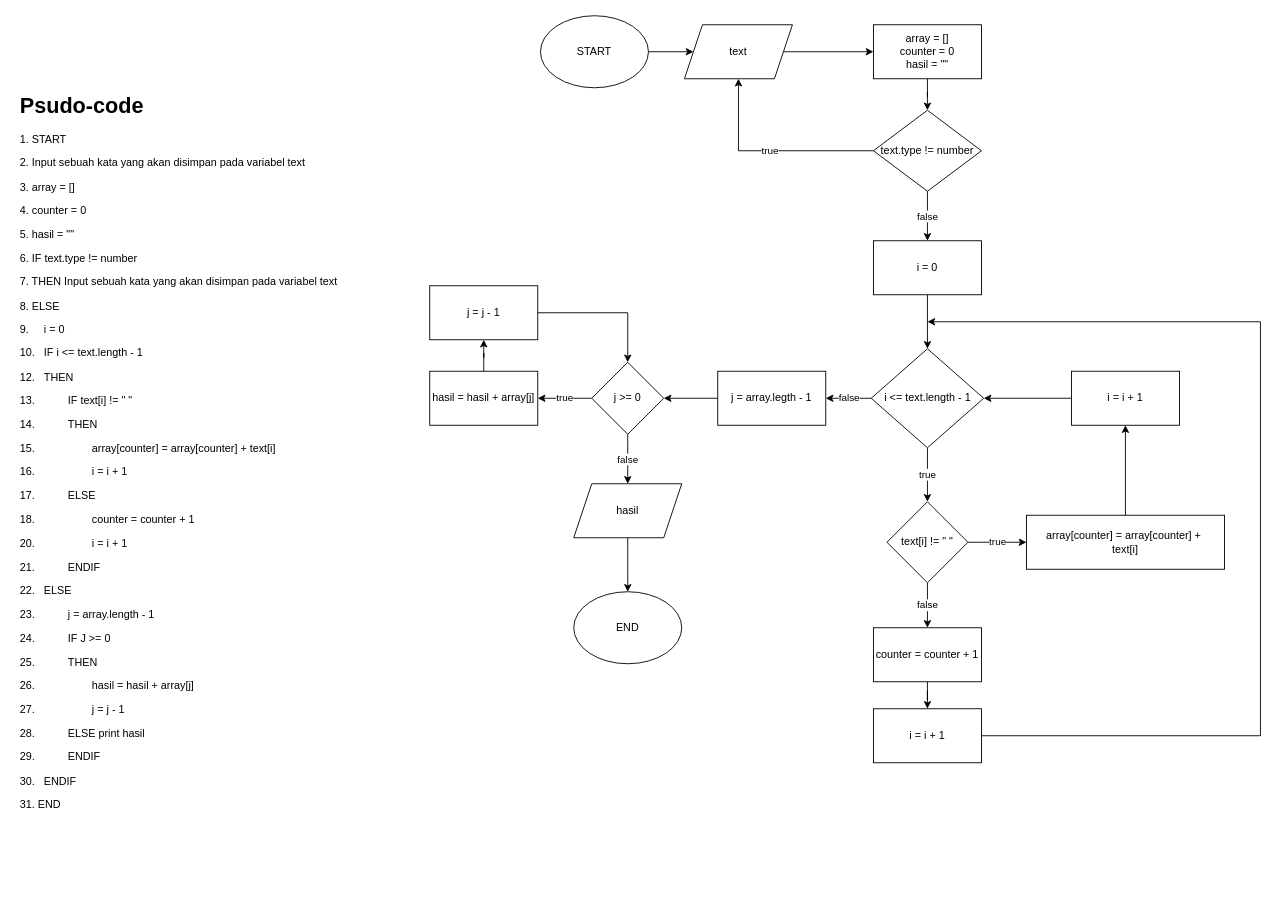
Above: ReverseWords.drawio in bimaap/fw9-basic-computer-science (draw.io), before the change. Source tidied: cells renumbered, new cells numbered last; positions are measured from the earlier drawing's top-left corner, leaving out a move shared by most shapes. Both pictures are drawn from the tidied source at 90%, with x=0, y=0 at pixel (15, 15).
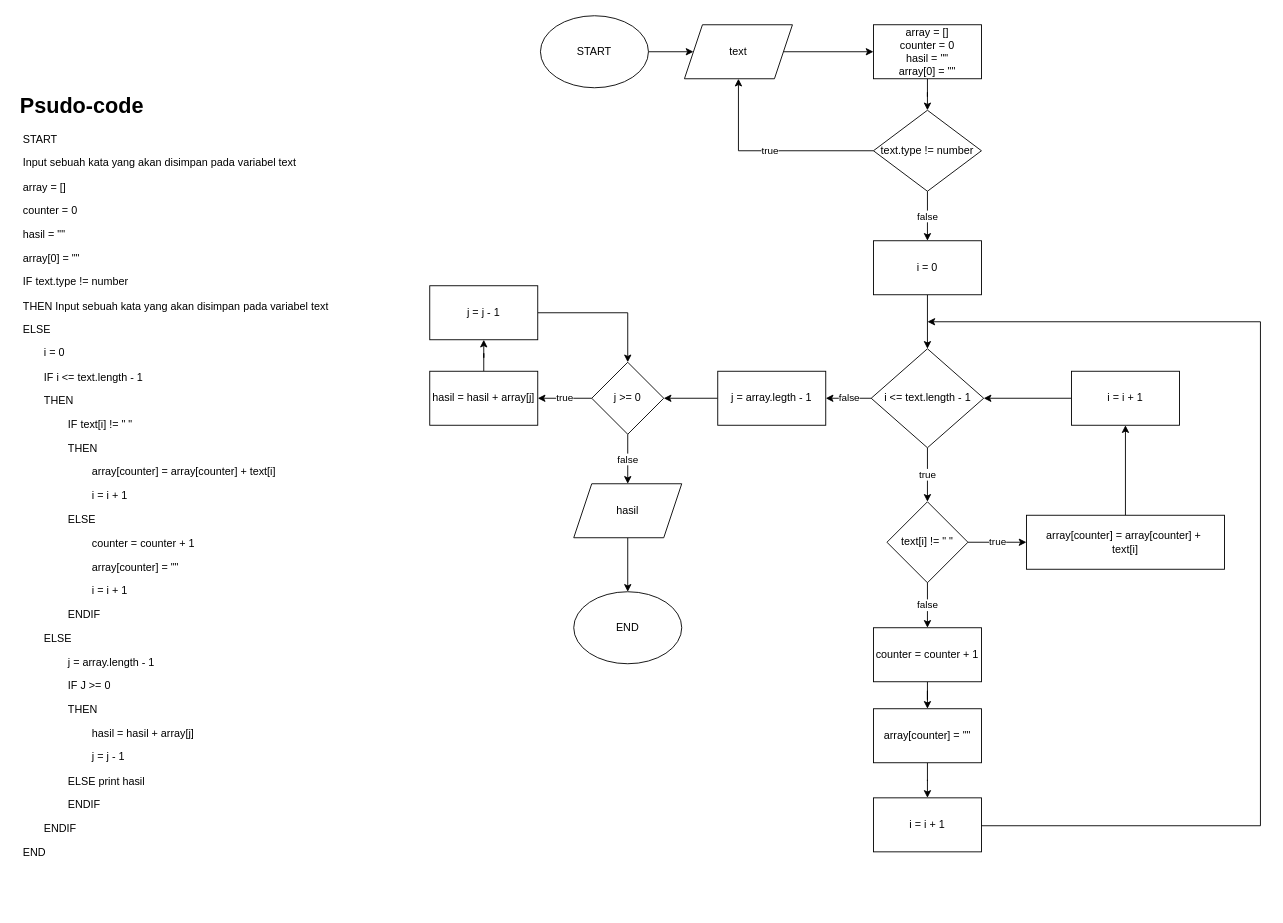
Above is the later version.

Unchanged cells that the change refers to:
```xml
<mxCell id="21" value="counter = counter + 1" style="rounded=0;whiteSpace=wrap;html=1;" parent="1" vertex="1">
  <mxGeometry x="953" y="680" width="120" height="60" as="geometry" />
</mxCell>
```

What changed in the source:
```diff
@@
-    <mxCell id="8" value="array = []&lt;br&gt;counter = 0&lt;br&gt;hasil = &quot;&quot;" style="rounded=0;whiteSpace=wrap;html=1;" parent="1" vertex="1">
+    <mxCell id="8" value="array = []&lt;br&gt;counter = 0&lt;br&gt;hasil = &quot;&quot;&lt;br&gt;array[0] = &quot;&quot;" style="rounded=0;whiteSpace=wrap;html=1;" parent="1" vertex="1">
       <mxGeometry x="953" y="10" width="120" height="60" as="geometry" />
     </mxCell>
@@
-    <mxCell id="20" style="edgeStyle=orthogonalEdgeStyle;rounded=0;jettySize=auto;html=1;entryX=0.5;entryY=0;entryDx=0;entryDy=0;" parent="1" edge="1" source="21" target="27">
-      <mxGeometry relative="1" as="geometry" />
-    </mxCell>
+    <mxCell id="40" style="edgeStyle=orthogonalEdgeStyle;rounded=0;jettySize=auto;html=1;" parent="1" edge="1" source="21" target="42">
+      <mxGeometry relative="1" as="geometry" />
+    </mxCell>
@@
     <mxCell id="22" style="edgeStyle=orthogonalEdgeStyle;rounded=0;jettySize=auto;html=1;exitX=1;exitY=0.5;exitDx=0;exitDy=0;" parent="1" edge="1" source="27">
       <mxGeometry relative="1" as="geometry">
         <mxPoint x="1013" y="340" as="targetPoint" />
         <Array as="points">
-          <mxPoint x="1383" y="800" />
+          <mxPoint x="1073" y="900" />
+          <mxPoint x="1383" y="900" />
           <mxPoint x="1383" y="340" />
         </Array>
       </mxGeometry>
     </mxCell>
@@
     <mxCell id="27" value="i = i + 1" style="rounded=0;whiteSpace=wrap;html=1;" parent="1" vertex="1">
-      <mxGeometry x="953" y="770" width="120" height="60" as="geometry" />
+      <mxGeometry x="953" y="869" width="120" height="60" as="geometry" />
     </mxCell>
@@
-    <mxCell id="39" value="&lt;h1&gt;Psudo-code&lt;/h1&gt;&lt;p&gt;1. START&lt;/p&gt;&lt;p&gt;2. Input sebuah kata yang akan disimpan pada variabel text&lt;/p&gt;&lt;p&gt;3. array = []&lt;br&gt;&lt;/p&gt;&lt;p&gt;4. counter = 0&lt;/p&gt;&lt;p&gt;5. hasil = &quot;&quot;&lt;/p&gt;&lt;p&gt;6. IF text.type != number&lt;/p&gt;&lt;p&gt;7. THEN Input sebuah kata yang akan disimpan pada variabel text&lt;/p&gt;&lt;p&gt;8. ELSE&amp;nbsp;&lt;/p&gt;&lt;p&gt;&lt;span style=&quot;background-color: initial;&quot;&gt;9.&lt;span style=&quot;white-space: pre;&quot;&gt;&#9;&lt;/span&gt;i = 0&lt;/span&gt;&lt;/p&gt;&lt;p&gt;10. &lt;span style=&quot;white-space: pre;&quot;&gt;&#9;&lt;/span&gt;IF i &amp;lt;= text.length - 1&lt;/p&gt;&lt;p&gt;12. &lt;span style=&quot;white-space: pre;&quot;&gt;&#9;&lt;/span&gt;THEN&lt;/p&gt;&lt;p&gt;13.&lt;span style=&quot;white-space: pre;&quot;&gt;&#9;&lt;/span&gt;&lt;span style=&quot;white-space: pre;&quot;&gt;&#9;&lt;/span&gt;IF text[i] != &quot; &quot;&lt;/p&gt;&lt;p&gt;14.&amp;nbsp;&lt;span style=&quot;white-space: pre;&quot;&gt;&#9;&lt;/span&gt;&lt;span style=&quot;white-space: pre;&quot;&gt;&#9;&lt;/span&gt;THEN&lt;/p&gt;&lt;p&gt;15.&amp;nbsp;&lt;span style=&quot;white-space: pre;&quot;&gt;&#9;&lt;/span&gt;&lt;span style=&quot;white-space: pre;&quot;&gt;&#9;&lt;span style=&quot;white-space: pre;&quot;&gt;&#9;&lt;/span&gt;&lt;/span&gt;array[counter] = array[counter] + text[i]&lt;/p&gt;&lt;p&gt;16.&lt;span style=&quot;white-space: pre;&quot;&gt;&#9;&lt;/span&gt;&lt;span style=&quot;white-space: pre;&quot;&gt;&#9;&lt;span style=&quot;white-space: pre;&quot;&gt;&#9;&lt;/span&gt;&lt;/span&gt;i = i + 1&lt;/p&gt;&lt;p&gt;17.&lt;span style=&quot;white-space: pre;&quot;&gt;&#9;&lt;span style=&quot;white-space: pre;&quot;&gt;&#9;&lt;/span&gt;&lt;/span&gt;ELSE&lt;/p&gt;&lt;p&gt;18.&lt;span style=&quot;white-space: pre;&quot;&gt;&#9;&lt;span style=&quot;white-space: pre;&quot;&gt;&#9;&lt;/span&gt;&lt;span style=&quot;white-space: pre;&quot;&gt;&#9;&lt;/span&gt;c&lt;/span&gt;ounter = counter + 1&lt;/p&gt;&lt;p&gt;20.&amp;nbsp;&lt;span style=&quot;white-space: pre;&quot;&gt;&#9;&lt;/span&gt;&lt;span style=&quot;white-space: pre;&quot;&gt;&#9;&lt;/span&gt;&lt;span style=&quot;white-space: pre;&quot;&gt;&#9;&lt;/span&gt;i = i + 1&lt;/p&gt;&lt;p&gt;21.&lt;span style=&quot;white-space: pre;&quot;&gt;&#9;&lt;/span&gt;&lt;span style=&quot;white-space: pre;&quot;&gt;&#9;&lt;/span&gt;ENDIF&lt;br&gt;&lt;/p&gt;&lt;p&gt;22.&lt;span style=&quot;white-space: pre;&quot;&gt;&#9;&lt;/span&gt;ELSE&lt;/p&gt;&lt;p&gt;23.&amp;nbsp;&lt;span style=&quot;white-space: pre;&quot;&gt;&#9;&lt;/span&gt;&lt;span style=&quot;white-space: pre;&quot;&gt;&#9;&lt;/span&gt;j = array.length - 1&lt;/p&gt;&lt;p&gt;24.&lt;span style=&quot;white-space: pre;&quot;&gt;&#9;&lt;/span&gt;&lt;span style=&quot;white-space: pre;&quot;&gt;&#9;&lt;/span&gt;IF J &amp;gt;= 0&lt;/p&gt;&lt;p&gt;25.&lt;span style=&quot;white-space: pre;&quot;&gt;&#9;&lt;/span&gt;&lt;span style=&quot;white-space: pre;&quot;&gt;&#9;&lt;/span&gt;THEN&lt;/p&gt;&lt;p&gt;26.&amp;nbsp;&lt;span style=&quot;white-space: pre;&quot;&gt;&#9;&lt;/span&gt;&lt;span style=&quot;white-space: pre;&quot;&gt;&#9;&lt;/span&gt;&lt;span style=&quot;white-space: pre;&quot;&gt;&#9;&lt;/span&gt;hasil = hasil + array[j]&lt;/p&gt;&lt;p&gt;27.&lt;span style=&quot;white-space: pre;&quot;&gt;&#9;&lt;/span&gt;&lt;span style=&quot;white-space: pre;&quot;&gt;&#9;&lt;/span&gt;&lt;span style=&quot;white-space: pre;&quot;&gt;&#9;&lt;/span&gt;j = j - 1&lt;/p&gt;&lt;p&gt;28.&lt;span style=&quot;white-space: pre;&quot;&gt;&#9;&lt;/span&gt;&lt;span style=&quot;white-space: pre;&quot;&gt;&#9;&lt;/span&gt;ELSE print hasil&lt;/p&gt;&lt;p&gt;29.&lt;span style=&quot;white-space: pre;&quot;&gt;&#9;&lt;/span&gt;&lt;span style=&quot;white-space: pre;&quot;&gt;&#9;&lt;/span&gt;ENDIF&lt;br&gt;&lt;/p&gt;&lt;p&gt;30.&lt;span style=&quot;white-space: pre;&quot;&gt;&#9;&lt;/span&gt;ENDIF&lt;br&gt;&lt;/p&gt;&lt;p&gt;31. END&lt;/p&gt;" style="text;html=1;strokeColor=none;fillColor=none;spacing=5;spacingTop=-20;whiteSpace=wrap;overflow=hidden;rounded=0;" parent="1" vertex="1">
+    <mxCell id="39" value="&lt;h1&gt;Psudo-code&lt;/h1&gt;&lt;p&gt;&amp;nbsp;START&lt;/p&gt;&lt;p&gt;&amp;nbsp;Input sebuah kata yang akan disimpan pada variabel text&lt;/p&gt;&lt;p&gt;&amp;nbsp;array = []&lt;br&gt;&lt;/p&gt;&lt;p&gt;&amp;nbsp;counter = 0&lt;/p&gt;&lt;p&gt;&amp;nbsp;hasil = &quot;&quot;&lt;/p&gt;&lt;p&gt;&amp;nbsp;array[0] = &quot;&quot;&lt;/p&gt;&lt;p&gt;&amp;nbsp;IF text.type != number&lt;/p&gt;&lt;p&gt;&amp;nbsp;THEN Input sebuah kata yang akan disimpan pada variabel text&lt;/p&gt;&lt;p&gt;&amp;nbsp;ELSE&amp;nbsp;&lt;/p&gt;&lt;p&gt;&lt;span style=&quot;background-color: initial;&quot;&gt;&lt;span style=&quot;white-space: pre;&quot;&gt;&#9;&lt;/span&gt;i = 0&lt;/span&gt;&lt;/p&gt;&lt;p&gt;&amp;nbsp;&lt;span style=&quot;white-space: pre;&quot;&gt;&#9;&lt;/span&gt;IF i &amp;lt;= text.length - 1&lt;/p&gt;&lt;p&gt;&amp;nbsp;&lt;span style=&quot;white-space: pre;&quot;&gt;&#9;&lt;/span&gt;THEN&lt;/p&gt;&lt;p&gt;&lt;span style=&quot;white-space: pre;&quot;&gt;&#9;&lt;/span&gt;&lt;span style=&quot;white-space: pre;&quot;&gt;&#9;&lt;/span&gt;IF text[i] != &quot; &quot;&lt;/p&gt;&lt;p&gt;&amp;nbsp;&lt;span style=&quot;white-space: pre;&quot;&gt;&#9;&lt;/span&gt;&lt;span style=&quot;white-space: pre;&quot;&gt;&#9;&lt;/span&gt;THEN&lt;/p&gt;&lt;p&gt;&amp;nbsp;&lt;span style=&quot;white-space: pre;&quot;&gt;&#9;&lt;/span&gt;&lt;span style=&quot;white-space: pre;&quot;&gt;&#9;&lt;span style=&quot;white-space: pre;&quot;&gt;&#9;&lt;/span&gt;&lt;/span&gt;array[counter] = array[counter] + text[i]&lt;/p&gt;&lt;p&gt;&lt;span style=&quot;white-space: pre;&quot;&gt;&#9;&lt;/span&gt;&lt;span style=&quot;white-space: pre;&quot;&gt;&#9;&lt;span style=&quot;white-space: pre;&quot;&gt;&#9;&lt;/span&gt;&lt;/span&gt;i = i + 1&lt;/p&gt;&lt;p&gt;&lt;span style=&quot;white-space: pre;&quot;&gt;&#9;&lt;span style=&quot;white-space: pre;&quot;&gt;&#9;&lt;/span&gt;&lt;/span&gt;ELSE&lt;/p&gt;&lt;p&gt;&lt;span style=&quot;white-space: pre;&quot;&gt;&#9;&lt;span style=&quot;white-space: pre;&quot;&gt;&#9;&lt;/span&gt;&lt;span style=&quot;white-space: pre;&quot;&gt;&#9;&lt;/span&gt;c&lt;/span&gt;ounter = counter + 1&lt;/p&gt;&lt;p&gt;&lt;span style=&quot;white-space: pre;&quot;&gt;&#9;&lt;/span&gt;&lt;span style=&quot;white-space: pre;&quot;&gt;&#9;&lt;/span&gt;&lt;span style=&quot;white-space: pre;&quot;&gt;&#9;&lt;/span&gt;array[counter] = &quot;&quot;&lt;br&gt;&lt;/p&gt;&lt;p&gt;&amp;nbsp;&lt;span style=&quot;white-space: pre;&quot;&gt;&#9;&lt;/span&gt;&lt;span style=&quot;white-space: pre;&quot;&gt;&#9;&lt;/span&gt;&lt;span style=&quot;white-space: pre;&quot;&gt;&#9;&lt;/span&gt;i = i + 1&lt;/p&gt;&lt;p&gt;&lt;span style=&quot;white-space: pre;&quot;&gt;&#9;&lt;/span&gt;&lt;span style=&quot;white-space: pre;&quot;&gt;&#9;&lt;/span&gt;ENDIF&lt;br&gt;&lt;/p&gt;&lt;p&gt;&lt;span style=&quot;white-space: pre;&quot;&gt;&#9;&lt;/span&gt;ELSE&lt;/p&gt;&lt;p&gt;&amp;nbsp;&lt;span style=&quot;white-space: pre;&quot;&gt;&#9;&lt;/span&gt;&lt;span style=&quot;white-space: pre;&quot;&gt;&#9;&lt;/span&gt;j = array.length - 1&lt;/p&gt;&lt;p&gt;&lt;span style=&quot;white-space: pre;&quot;&gt;&#9;&lt;/span&gt;&lt;span style=&quot;white-space: pre;&quot;&gt;&#9;&lt;/span&gt;IF J &amp;gt;= 0&lt;/p&gt;&lt;p&gt;&lt;span style=&quot;white-space: pre;&quot;&gt;&#9;&lt;/span&gt;&lt;span style=&quot;white-space: pre;&quot;&gt;&#9;&lt;/span&gt;THEN&lt;/p&gt;&lt;p&gt;&amp;nbsp;&lt;span style=&quot;white-space: pre;&quot;&gt;&#9;&lt;/span&gt;&lt;span style=&quot;white-space: pre;&quot;&gt;&#9;&lt;/span&gt;&lt;span style=&quot;white-space: pre;&quot;&gt;&#9;&lt;/span&gt;hasil = hasil + array[j]&lt;/p&gt;&lt;p&gt;&lt;span style=&quot;white-space: pre;&quot;&gt;&#9;&lt;/span&gt;&lt;span style=&quot;white-space: pre;&quot;&gt;&#9;&lt;/span&gt;&lt;span style=&quot;white-space: pre;&quot;&gt;&#9;&lt;/span&gt;j = j - 1&lt;/p&gt;&lt;p&gt;&lt;span style=&quot;white-space: pre;&quot;&gt;&#9;&lt;/span&gt;&lt;span style=&quot;white-space: pre;&quot;&gt;&#9;&lt;/span&gt;ELSE print hasil&lt;/p&gt;&lt;p&gt;&lt;span style=&quot;white-space: pre;&quot;&gt;&#9;&lt;/span&gt;&lt;span style=&quot;white-space: pre;&quot;&gt;&#9;&lt;/span&gt;ENDIF&lt;br&gt;&lt;/p&gt;&lt;p&gt;&lt;span style=&quot;white-space: pre;&quot;&gt;&#9;&lt;/span&gt;ENDIF&lt;br&gt;&lt;/p&gt;&lt;p&gt;&amp;nbsp;END&lt;/p&gt;" style="text;html=1;strokeColor=none;fillColor=none;spacing=5;spacingTop=-20;whiteSpace=wrap;overflow=hidden;rounded=0;" parent="1" vertex="1">
       <mxGeometry y="80" width="380" height="910" as="geometry" />
     </mxCell>
+    <mxCell id="41" style="edgeStyle=orthogonalEdgeStyle;rounded=0;jettySize=auto;html=1;" parent="1" edge="1" source="42" target="27">
+      <mxGeometry relative="1" as="geometry" />
+    </mxCell>
+    <mxCell id="42" value="array[counter] = &quot;&quot;" style="rounded=0;whiteSpace=wrap;html=1;" parent="1" vertex="1">
+      <mxGeometry x="953" y="770" width="120" height="60" as="geometry" />
+    </mxCell>
```
